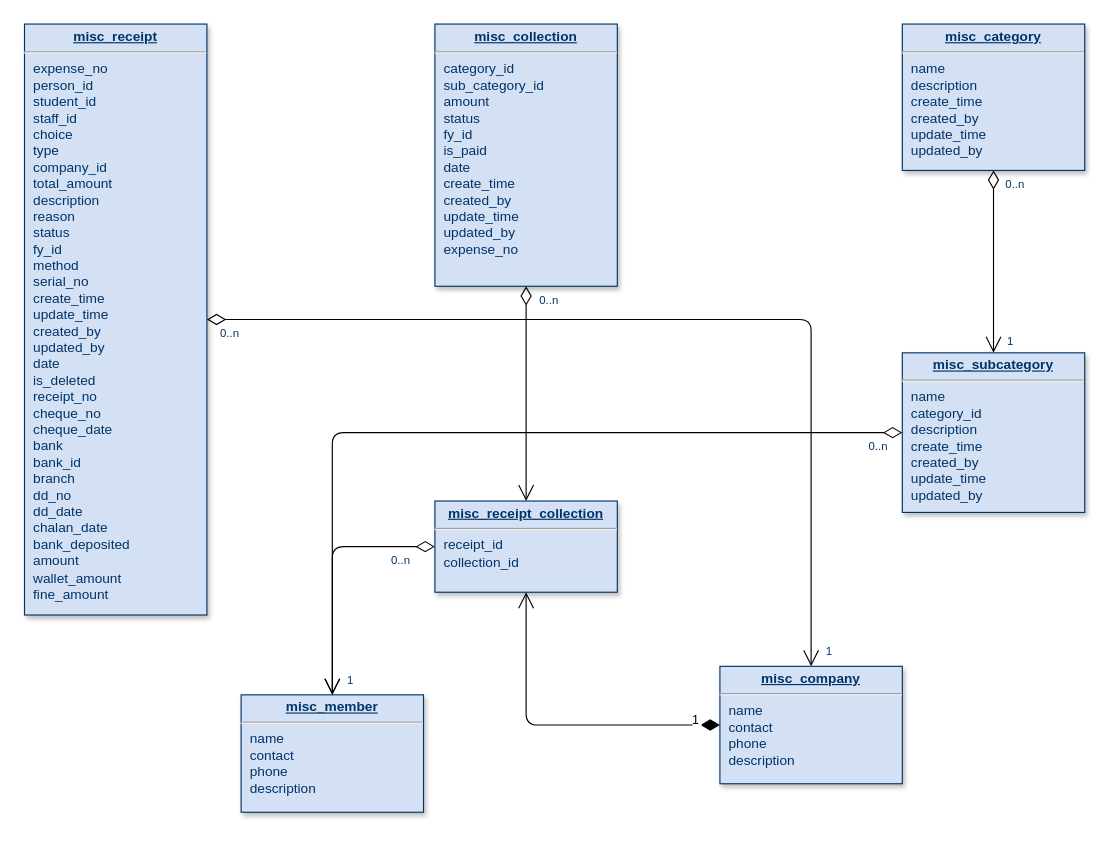
Before: miscellaneous.drawio in midhmanohar/drawio, a draw.io diagram. Source tidied: cells renumbered, new cells numbered last; positions are measured from the earlier drawing's top-left corner, leaving out a move shared by most shapes. Both pictures are drawn from the tidied source at 114%, with x=0, y=0 at pixel (24, 24).
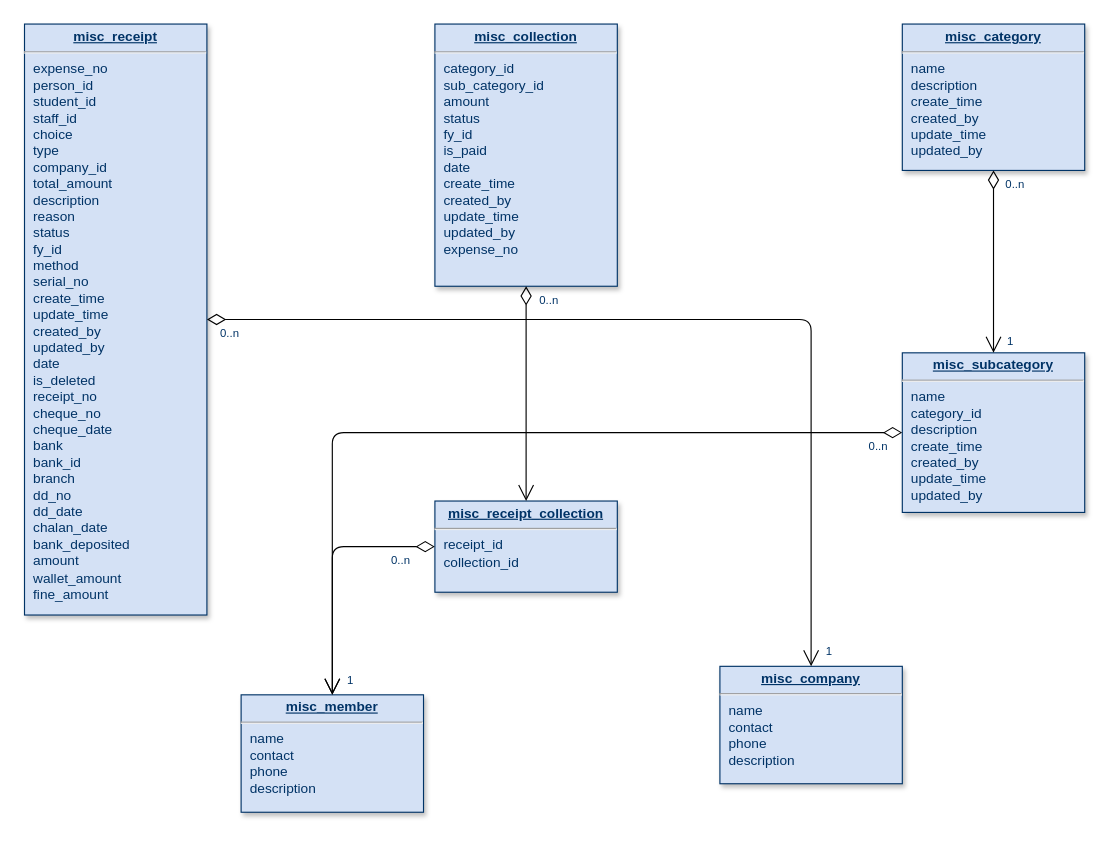
After the change.

The change refers to these unchanged cells:
```xml
<mxCell id="3" value="&lt;p style=&quot;margin: 0px; margin-top: 4px; text-align: center; text-decoration: underline;&quot;&gt;&lt;b&gt;misc_receipt_collection&lt;/b&gt;&lt;/p&gt;&lt;hr&gt;&lt;p style=&quot;margin: 0px; margin-left: 8px;&quot;&gt;receipt_id&lt;/p&gt;&lt;p style=&quot;margin: 0px; margin-left: 8px;&quot;&gt;collection_id&lt;/p&gt;" style="verticalAlign=top;align=left;overflow=fill;fontSize=12;fontFamily=Helvetica;html=1;strokeColor=#003366;shadow=1;fillColor=#D4E1F5;fontColor=#003366;" parent="1" vertex="1">
  <mxGeometry x="360" y="418" width="160" height="80" as="geometry" />
</mxCell>
<mxCell id="4" value="&lt;p style=&quot;margin: 0px; margin-top: 4px; text-align: center; text-decoration: underline;&quot;&gt;&lt;b&gt;misc_company&lt;/b&gt;&lt;/p&gt;&lt;hr&gt;&lt;p style=&quot;margin: 0px; margin-left: 8px;&quot;&gt;name&lt;/p&gt;&lt;p style=&quot;margin: 0px; margin-left: 8px;&quot;&gt;contact&lt;/p&gt;&lt;p style=&quot;margin: 0px; margin-left: 8px;&quot;&gt;phone&lt;/p&gt;&lt;p style=&quot;margin: 0px; margin-left: 8px;&quot;&gt;description&lt;/p&gt;" style="verticalAlign=top;align=left;overflow=fill;fontSize=12;fontFamily=Helvetica;html=1;strokeColor=#003366;shadow=1;fillColor=#D4E1F5;fontColor=#003366;" parent="1" vertex="1">
  <mxGeometry x="610" y="563" width="160" height="103" as="geometry" />
</mxCell>
```

Diff of the diagram source:
```diff
@@
-    <mxCell id="22" value="1" style="endArrow=open;endSize=12;startArrow=diamondThin;startSize=14;startFill=1;edgeStyle=orthogonalEdgeStyle;align=left;verticalAlign=bottom;" parent="1" edge="1" source="4" target="3">
-      <mxGeometry x="-0.82" y="5" relative="1" as="geometry" />
-    </mxCell>
```
